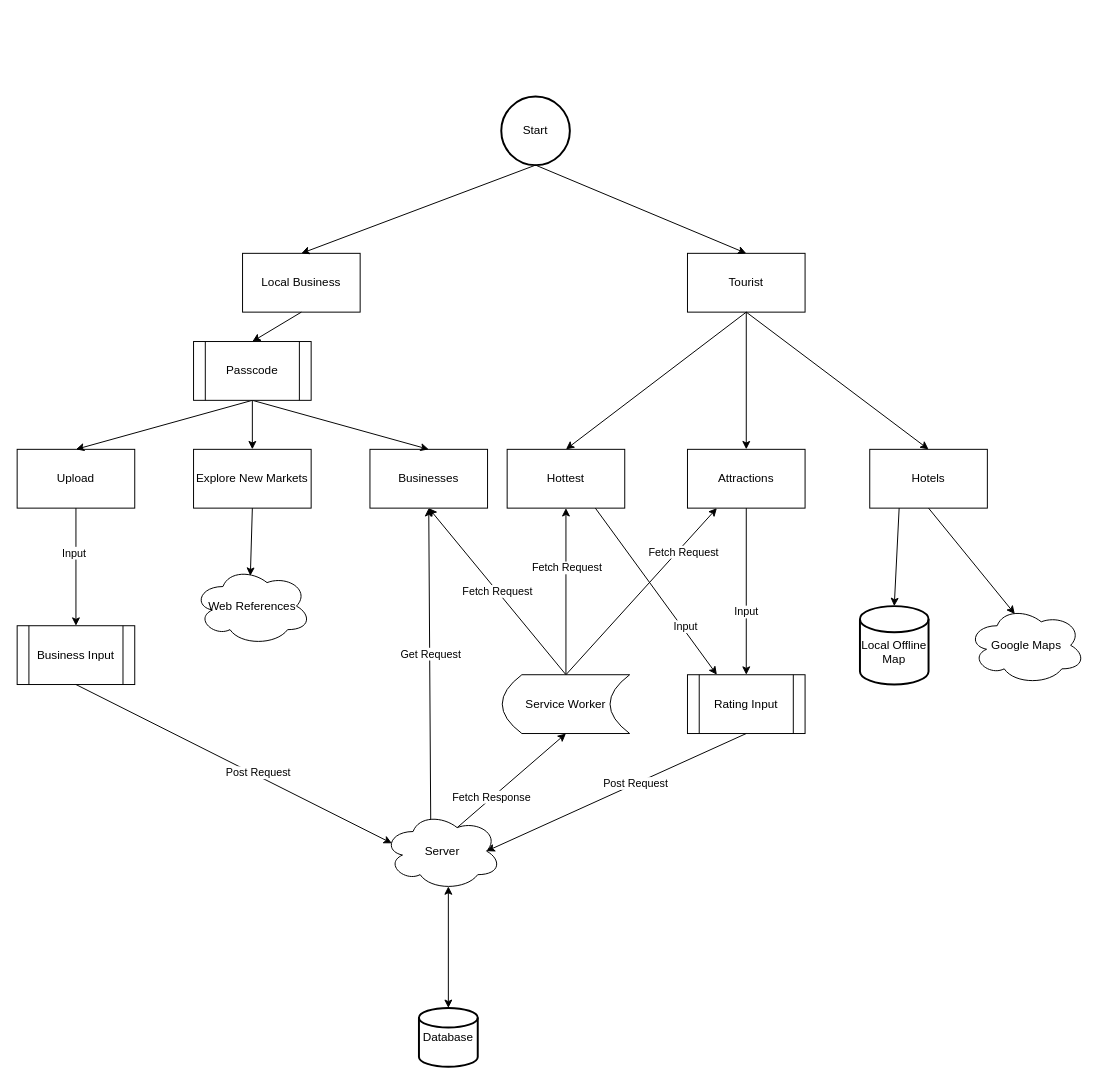
Before: Untitled Diagram.drawio in lobitos-empire/synoptic-project, a draw.io diagram. Source tidied: cells renumbered, new cells numbered last; positions are measured from the earlier drawing's top-left corner, leaving out a move shared by most shapes. Both pictures are drawn from the tidied source at 98%, with x=0, y=0 at pixel (17, 96).
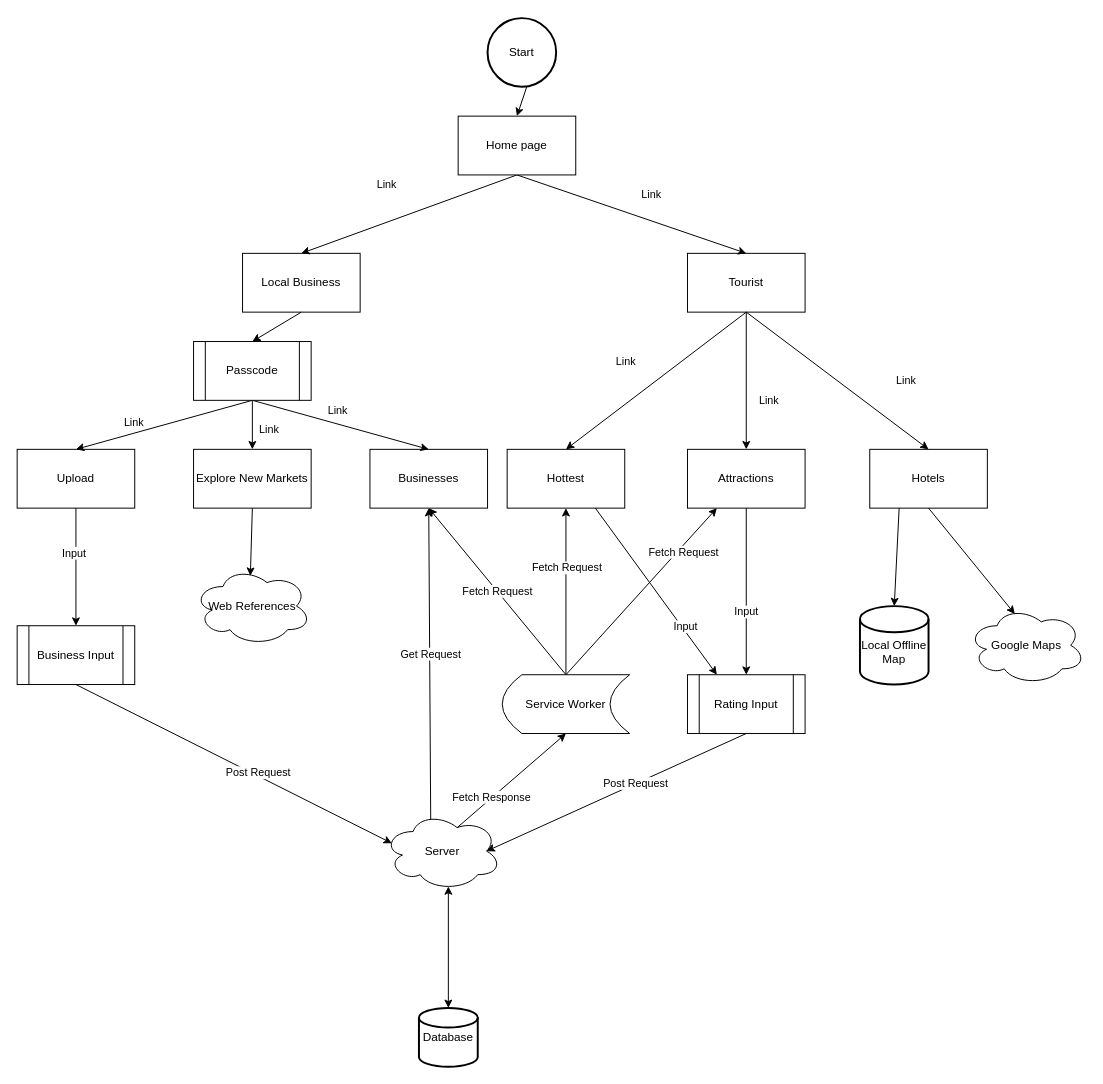
The same page after the edit.

Unchanged cells that the change refers to:
```xml
<mxCell id="3" value="Local Business" style="rounded=0;whiteSpace=wrap;html=1;" parent="1" vertex="1">
  <mxGeometry x="230" y="160" width="120" height="60" as="geometry" />
</mxCell>
<mxCell id="4" value="Tourist" style="rounded=0;whiteSpace=wrap;html=1;" parent="1" vertex="1">
  <mxGeometry x="684" y="160" width="120" height="60" as="geometry" />
</mxCell>
```

Change to the diagram source:
```diff
@@
     <mxCell id="2" value="Start" style="strokeWidth=2;html=1;shape=mxgraph.flowchart.start_2;whiteSpace=wrap;" parent="1" vertex="1">
-      <mxGeometry x="494" width="70" height="70" as="geometry" />
+      <mxGeometry x="480" y="-80" width="70" height="70" as="geometry" />
     </mxCell>
@@
-    <mxCell id="5" style="endArrow=classic;html=1;exitX=0.5;exitY=1;exitDx=0;exitDy=0;exitPerimeter=0;entryX=0.5;entryY=0;entryDx=0;entryDy=0;" parent="1" edge="1" source="2" target="4">
+    <mxCell id="5" style="endArrow=classic;html=1;entryX=0.5;entryY=0;entryDx=0;entryDy=0;exitX=0.5;exitY=1;exitDx=0;exitDy=0;" parent="1" edge="1" source="56" target="4">
       <mxGeometry relative="1" as="geometry" />
     </mxCell>
-    <mxCell id="6" style="endArrow=classic;html=1;exitX=0.5;exitY=1;exitDx=0;exitDy=0;exitPerimeter=0;entryX=0.5;entryY=0;entryDx=0;entryDy=0;" parent="1" edge="1" source="2" target="3">
+    <mxCell id="6" style="endArrow=classic;html=1;entryX=0.5;entryY=0;entryDx=0;entryDy=0;exitX=0.5;exitY=1;exitDx=0;exitDy=0;" parent="1" edge="1" source="56" target="3">
       <mxGeometry relative="1" as="geometry" />
     </mxCell>
@@
+    <mxCell id="52" value="Link" style="edgeLabel;html=1;align=center;verticalAlign=middle;" parent="1" vertex="1">
+      <mxGeometry x="130" y="330" as="geometry">
+        <mxPoint x="-12" y="2" as="offset" />
+      </mxGeometry>
+    </mxCell>
+    <mxCell id="53" value="Link" style="edgeLabel;html=1;align=center;verticalAlign=middle;" parent="1" vertex="1">
+      <mxGeometry x="140" y="340" as="geometry">
+        <mxPoint x="186" y="-21" as="offset" />
+      </mxGeometry>
+    </mxCell>
+    <mxCell id="54" value="Link" style="edgeLabel;html=1;align=center;verticalAlign=middle;" parent="1" vertex="1">
+      <mxGeometry x="70" y="360" as="geometry">
+        <mxPoint x="186" y="-21" as="offset" />
+      </mxGeometry>
+    </mxCell>
+    <mxCell id="55" value="Link" style="edgeLabel;html=1;align=center;verticalAlign=middle;" parent="1" vertex="1">
+      <mxGeometry x="190" y="110" as="geometry">
+        <mxPoint x="186" y="-21" as="offset" />
+      </mxGeometry>
+    </mxCell>
+    <mxCell id="56" value="Home page" style="rounded=0;whiteSpace=wrap;html=1;" parent="1" vertex="1">
+      <mxGeometry x="450" y="20" width="120" height="60" as="geometry" />
+    </mxCell>
+    <mxCell id="57" style="endArrow=classic;html=1;entryX=0.5;entryY=0;entryDx=0;entryDy=0;exitX=0.5;exitY=1;exitDx=0;exitDy=0;" parent="1" edge="1" target="56">
+      <mxGeometry relative="1" as="geometry">
+        <mxPoint x="520" y="-10" as="sourcePoint" />
+      </mxGeometry>
+    </mxCell>
+    <mxCell id="58" value="Link" style="edgeLabel;html=1;align=center;verticalAlign=middle;" parent="1" vertex="1">
+      <mxGeometry x="460" y="120" as="geometry">
+        <mxPoint x="186" y="-21" as="offset" />
+      </mxGeometry>
+    </mxCell>
+    <mxCell id="59" value="Link" style="edgeLabel;html=1;align=center;verticalAlign=middle;" parent="1" vertex="1">
+      <mxGeometry x="434" y="290" as="geometry">
+        <mxPoint x="186" y="-21" as="offset" />
+      </mxGeometry>
+    </mxCell>
+    <mxCell id="60" value="Link" style="edgeLabel;html=1;align=center;verticalAlign=middle;" parent="1" vertex="1">
+      <mxGeometry x="580" y="330" as="geometry">
+        <mxPoint x="186" y="-21" as="offset" />
+      </mxGeometry>
+    </mxCell>
+    <mxCell id="61" value="Link" style="edgeLabel;html=1;align=center;verticalAlign=middle;" parent="1" vertex="1">
+      <mxGeometry x="720" y="310" as="geometry">
+        <mxPoint x="186" y="-21" as="offset" />
+      </mxGeometry>
+    </mxCell>
```
